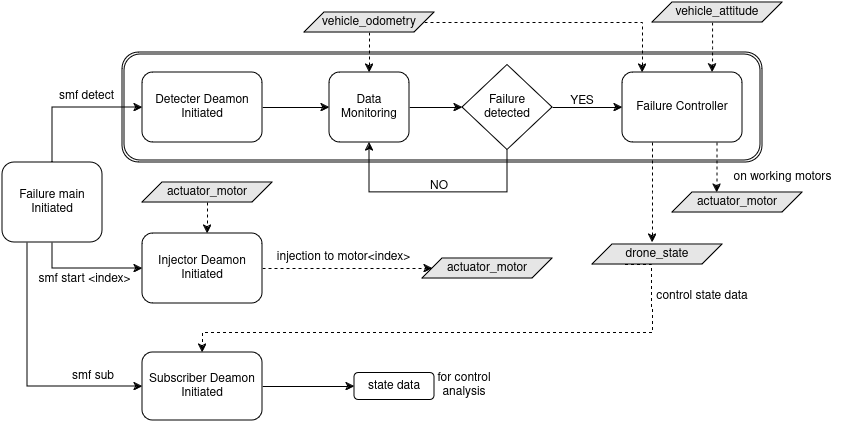
ab31mohit/inter-iit_Team62 keeps this draw.io diagram as readme-media/SMF_Architecture.png. Above is the earlier version. Source tidied: cells renumbered, new cells last; positions are measured from the earlier drawing's top-left corner, leaving out a move shared by most shapes.
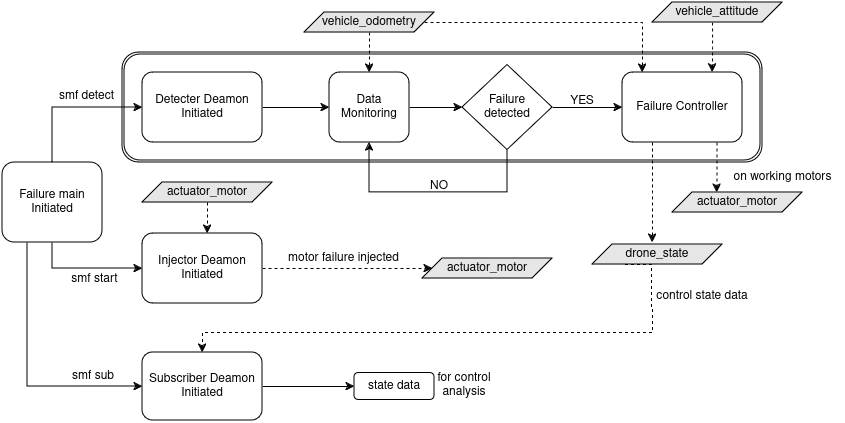
After the change.

Change to the diagram source:
```diff
@@ -34,8 +34,8 @@
     <mxCell id="9" value="&lt;div&gt;smf detect&lt;/div&gt;" style="text;html=1;align=center;verticalAlign=middle;strokeColor=none;fillColor=none;" parent="1" vertex="1">
       <mxGeometry x="44" y="79" width="80" height="30" as="geometry" />
     </mxCell>
-    <mxCell id="10" value="smf start &amp;lt;index&amp;gt;" style="text;html=1;align=center;verticalAlign=middle;strokeColor=none;fillColor=none;" parent="1" vertex="1">
-      <mxGeometry x="22" y="262" width="120" height="30" as="geometry" />
+    <mxCell id="10" value="smf start" style="text;html=1;align=center;verticalAlign=middle;strokeColor=none;fillColor=none;" parent="1" vertex="1">
+      <mxGeometry x="57" y="262" width="70" height="30" as="geometry" />
     </mxCell>
     <mxCell id="11" style="edgeStyle=orthogonalEdgeStyle;rounded=0;jettySize=auto;html=1;" parent="1" edge="1" source="12" target="23">
       <mxGeometry relative="1" as="geometry" />
@@ -111,8 +111,8 @@
     <mxCell id="31" value="actuator_motor" style="shape=parallelogram;perimeter=parallelogramPerimeter;whiteSpace=wrap;html=1;fixedSize=1;fillColor=#E6E6E6;" parent="1" vertex="1">
       <mxGeometry x="420" y="256" width="130" height="20" as="geometry" />
     </mxCell>
-    <mxCell id="32" value="injection to motor&amp;lt;index&amp;gt;" style="text;html=1;align=center;verticalAlign=middle;strokeColor=none;fillColor=none;" parent="1" vertex="1">
-      <mxGeometry x="261" y="240" width="160" height="30" as="geometry" />
+    <mxCell id="32" value="motor failure injected" style="text;html=1;align=center;verticalAlign=middle;strokeColor=none;fillColor=none;" parent="1" vertex="1">
+      <mxGeometry x="276" y="241" width="130" height="30" as="geometry" />
     </mxCell>
     <mxCell id="33" value="actuator_motor" style="shape=parallelogram;perimeter=parallelogramPerimeter;whiteSpace=wrap;html=1;fixedSize=1;fillColor=#E6E6E6;" parent="1" vertex="1">
       <mxGeometry x="140" y="180" width="130" height="20" as="geometry" />
```
